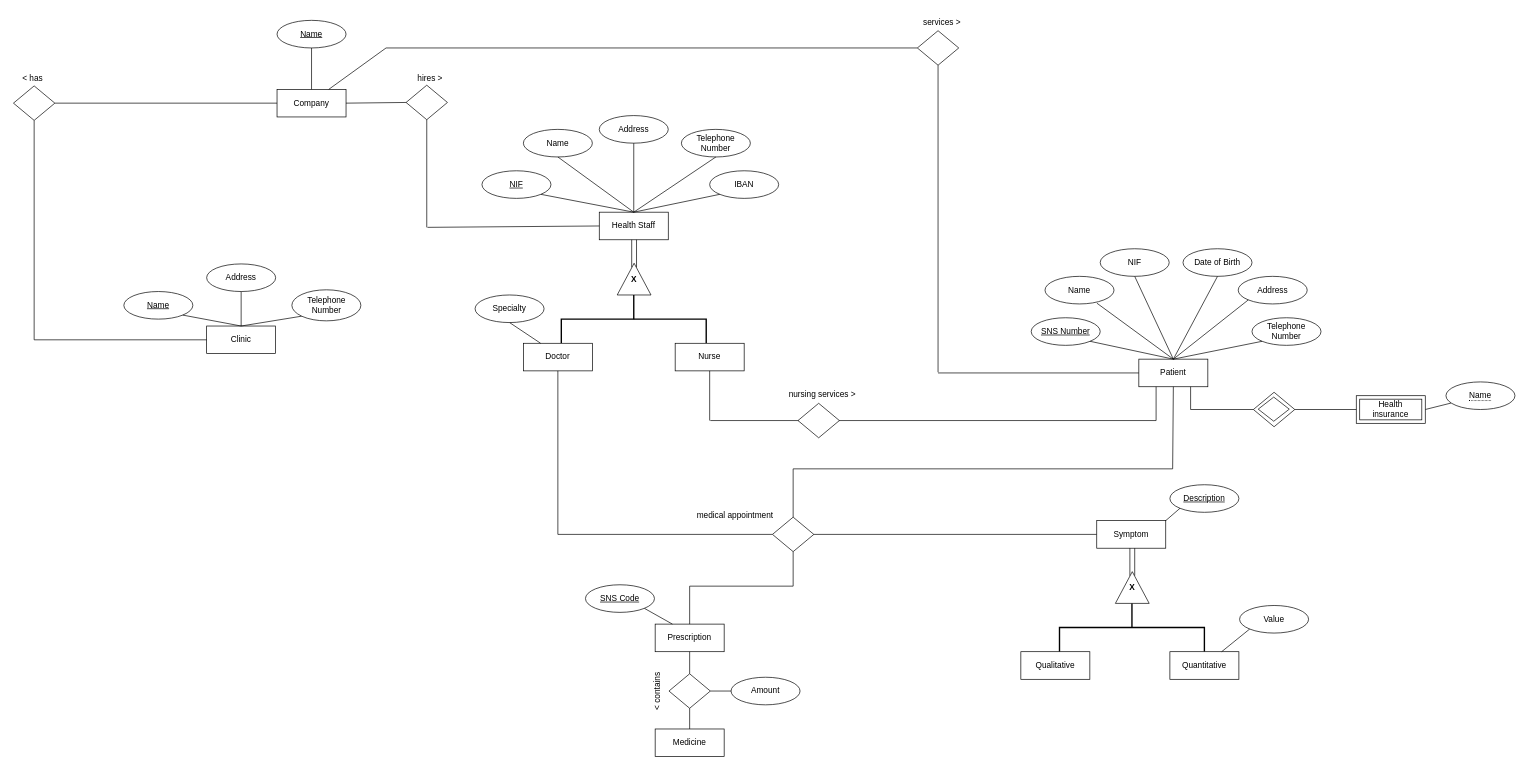
The draw.io diagram Proj.drawio in mariana-marcal-santana/BD.Health-DB-Manager, before the edit. Source tidied: cells renumbered, new cells numbered last; positions are measured from the earlier drawing's top-left corner, leaving out a move shared by most shapes. Both pictures are drawn from the tidied source at 69%, with x=0, y=0 at pixel (12, 12).
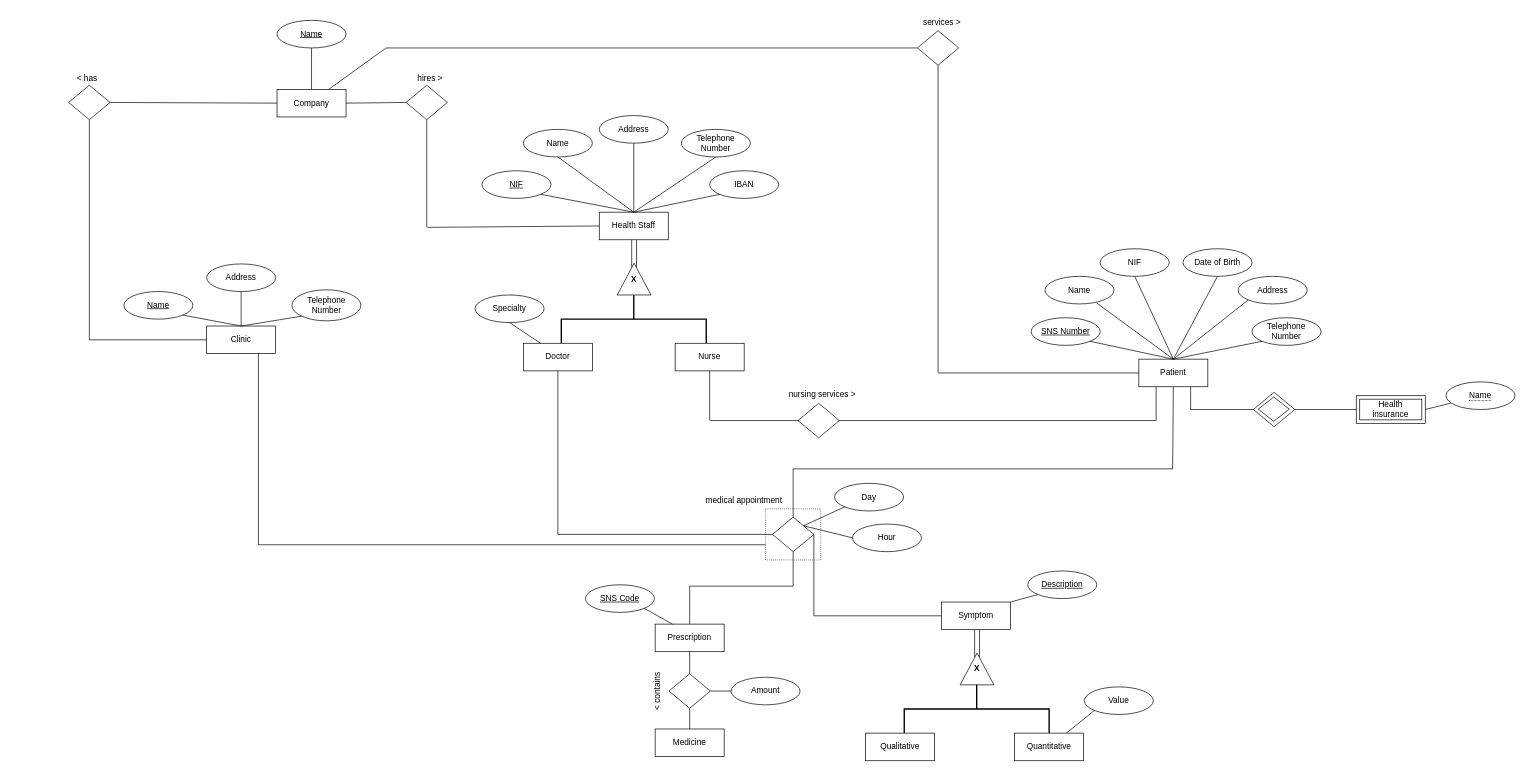
After the change.

Commit message:
add attrs n connections

Unchanged cells that the change refers to:
```xml
<mxCell id="2" value="Clinic" style="whiteSpace=wrap;html=1;align=center;" parent="1" vertex="1">
  <mxGeometry x="282" y="455" width="100" height="40" as="geometry" />
</mxCell>
<mxCell id="69" style="shape=rhombus;html=1;dashed=0;whiteSpace=wrap;perimeter=rhombusPerimeter;" parent="1" vertex="1">
  <mxGeometry x="1102" y="732" width="60" height="50" as="geometry" />
</mxCell>
```

The edit, as a diff of the source:
```diff
@@
     <mxCell id="49" style="endArrow=none;html=1;rounded=0;exitX=0;exitY=0.5;exitDx=0;exitDy=0;" parent="1" edge="1" source="2" target="50">
       <mxGeometry relative="1" as="geometry">
         <Array as="points">
-          <mxPoint x="32" y="475" />
+          <mxPoint x="112" y="475" />
         </Array>
       </mxGeometry>
     </mxCell>
     <mxCell id="50" style="shape=rhombus;html=1;dashed=0;whiteSpace=wrap;perimeter=rhombusPerimeter;" parent="1" vertex="1">
-      <mxGeometry x="2" y="107" width="60" height="50" as="geometry" />
+      <mxGeometry x="82" y="106" width="60" height="50" as="geometry" />
     </mxCell>
     <mxCell id="51" value="&amp;lt; has" style="text;strokeColor=none;align=center;fillColor=none;html=1;verticalAlign=middle;whiteSpace=wrap;rounded=0;" parent="1" vertex="1">
-      <mxGeometry y="82" width="60" height="30" as="geometry" />
+      <mxGeometry x="79" y="82" width="60" height="30" as="geometry" />
     </mxCell>
@@
     <mxCell id="71" style="endArrow=none;html=1;rounded=0;exitX=1;exitY=0.5;exitDx=0;exitDy=0;" parent="1" edge="1" source="69" target="72">
-      <mxGeometry relative="1" as="geometry" />
+      <mxGeometry relative="1" as="geometry">
+        <Array as="points">
+          <mxPoint x="1162" y="875" />
+        </Array>
+      </mxGeometry>
     </mxCell>
     <mxCell id="72" value="Symptom" style="whiteSpace=wrap;html=1;align=center;" parent="1" vertex="1">
-      <mxGeometry x="1572" y="737" width="100" height="40" as="geometry" />
+      <mxGeometry x="1347" y="855" width="100" height="40" as="geometry" />
     </mxCell>
     <mxCell id="73" style="endArrow=none;html=1;rounded=0;" parent="1" edge="1">
       <mxGeometry relative="1" as="geometry">
-        <mxPoint x="1627" y="777" as="sourcePoint" />
-        <mxPoint x="1627" y="817" as="targetPoint" />
+        <mxPoint x="1402" y="895" as="sourcePoint" />
+        <mxPoint x="1402" y="935" as="targetPoint" />
       </mxGeometry>
     </mxCell>
     <mxCell id="74" style="endArrow=none;html=1;rounded=0;" parent="1" edge="1">
       <mxGeometry relative="1" as="geometry">
-        <mxPoint x="1620" y="777" as="sourcePoint" />
-        <mxPoint x="1620" y="817" as="targetPoint" />
+        <mxPoint x="1395" y="895" as="sourcePoint" />
+        <mxPoint x="1395" y="935" as="targetPoint" />
       </mxGeometry>
     </mxCell>
     <mxCell id="75" value="&lt;b&gt;X&lt;/b&gt;" style="triangle;whiteSpace=wrap;html=1;dashed=0;direction=north;labelPosition=center;verticalLabelPosition=middle;align=center;verticalAlign=middle;horizontal=1;" parent="1" vertex="1">
-      <mxGeometry x="1599" y="811" width="49" height="46" as="geometry" />
+      <mxGeometry x="1374" y="929" width="49" height="46" as="geometry" />
     </mxCell>
     <mxCell id="76" style="strokeWidth=2;html=1;shape=mxgraph.flowchart.annotation_2;align=left;labelPosition=right;direction=south;" parent="1" vertex="1">
-      <mxGeometry x="1518" y="857" width="210" height="70" as="geometry" />
+      <mxGeometry x="1293" y="975" width="210" height="70" as="geometry" />
     </mxCell>
     <mxCell id="77" value="Description" style="ellipse;whiteSpace=wrap;html=1;align=center;fontStyle=4;" parent="1" vertex="1">
-      <mxGeometry x="1678" y="685" width="100" height="40" as="geometry" />
+      <mxGeometry x="1472" y="810" width="100" height="40" as="geometry" />
     </mxCell>
@@
     <mxCell id="79" value="Qualitative" style="whiteSpace=wrap;html=1;align=center;" parent="1" vertex="1">
-      <mxGeometry x="1462" y="927" width="100" height="40" as="geometry" />
+      <mxGeometry x="1237" y="1045" width="100" height="40" as="geometry" />
     </mxCell>
     <mxCell id="80" value="Quantitative" style="whiteSpace=wrap;html=1;align=center;" parent="1" vertex="1">
-      <mxGeometry x="1678" y="927" width="100" height="40" as="geometry" />
+      <mxGeometry x="1453" y="1045" width="100" height="40" as="geometry" />
     </mxCell>
     <mxCell id="81" value="Value" style="ellipse;whiteSpace=wrap;html=1;align=center;" parent="1" vertex="1">
-      <mxGeometry x="1779" y="860" width="100" height="40" as="geometry" />
+      <mxGeometry x="1554" y="978" width="100" height="40" as="geometry" />
     </mxCell>
@@
     <mxCell id="94" value="medical appointment" style="text;strokeColor=none;align=center;fillColor=none;html=1;verticalAlign=middle;whiteSpace=wrap;rounded=0;" parent="1" vertex="1">
-      <mxGeometry x="983" y="714" width="130" height="30" as="geometry" />
+      <mxGeometry x="996" y="693" width="130" height="30" as="geometry" />
     </mxCell>
@@
+    <mxCell id="99" style="endArrow=none;html=1;rounded=0;dashed=1;dashPattern=1 2;" parent="1" edge="1">
+      <mxGeometry relative="1" as="geometry">
+        <mxPoint x="1092" y="721" as="sourcePoint" />
+        <mxPoint x="1172" y="721" as="targetPoint" />
+        <Array as="points">
+          <mxPoint x="1092" y="794" />
+          <mxPoint x="1172" y="794" />
+        </Array>
+      </mxGeometry>
+    </mxCell>
+    <mxCell id="100" style="html=1;whiteSpace=wrap;align=left;verticalAlign=bottom;" parent="99" vertex="1">
+      <mxGeometry x="-1" relative="1" as="geometry" />
+    </mxCell>
+    <mxCell id="101" style="html=1;whiteSpace=wrap;align=right;verticalAlign=bottom;" parent="99" vertex="1">
+      <mxGeometry x="1" relative="1" as="geometry" />
+    </mxCell>
+    <mxCell id="102" style="endArrow=none;html=1;rounded=0;dashed=1;dashPattern=1 2;" parent="1" edge="1">
+      <mxGeometry relative="1" as="geometry">
+        <mxPoint x="1092" y="720" as="sourcePoint" />
+        <mxPoint x="1172" y="720" as="targetPoint" />
+      </mxGeometry>
+    </mxCell>
+    <mxCell id="103" style="html=1;whiteSpace=wrap;align=left;verticalAlign=bottom;" parent="102" vertex="1">
+      <mxGeometry x="-1" relative="1" as="geometry" />
+    </mxCell>
+    <mxCell id="104" style="html=1;whiteSpace=wrap;align=right;verticalAlign=bottom;" parent="102" vertex="1">
+      <mxGeometry x="1" relative="1" as="geometry" />
+    </mxCell>
+    <mxCell id="105" style="endArrow=none;html=1;rounded=0;exitX=0.75;exitY=1;exitDx=0;exitDy=0;" parent="1" edge="1" source="2">
+      <mxGeometry relative="1" as="geometry">
+        <mxPoint x="1092" y="772" as="targetPoint" />
+        <Array as="points">
+          <mxPoint x="357" y="772" />
+        </Array>
+      </mxGeometry>
+    </mxCell>
+    <mxCell id="106" value="Day" style="ellipse;whiteSpace=wrap;html=1;align=center;" parent="1" vertex="1">
+      <mxGeometry x="1192" y="683" width="100" height="40" as="geometry" />
+    </mxCell>
+    <mxCell id="107" value="Hour" style="ellipse;whiteSpace=wrap;html=1;align=center;" parent="1" vertex="1">
+      <mxGeometry x="1218" y="742" width="100" height="40" as="geometry" />
+    </mxCell>
+    <mxCell id="108" style="endArrow=none;html=1;rounded=0;entryX=0;entryY=0.5;entryDx=0;entryDy=0;exitX=1;exitY=0;exitDx=0;exitDy=0;" parent="1" edge="1" source="69" target="107">
+      <mxGeometry relative="1" as="geometry" />
+    </mxCell>
+    <mxCell id="109" style="endArrow=none;html=1;rounded=0;exitX=1;exitY=0;exitDx=0;exitDy=0;entryX=0;entryY=1;entryDx=0;entryDy=0;" parent="1" edge="1" source="69" target="106">
+      <mxGeometry relative="1" as="geometry" />
+    </mxCell>
```
